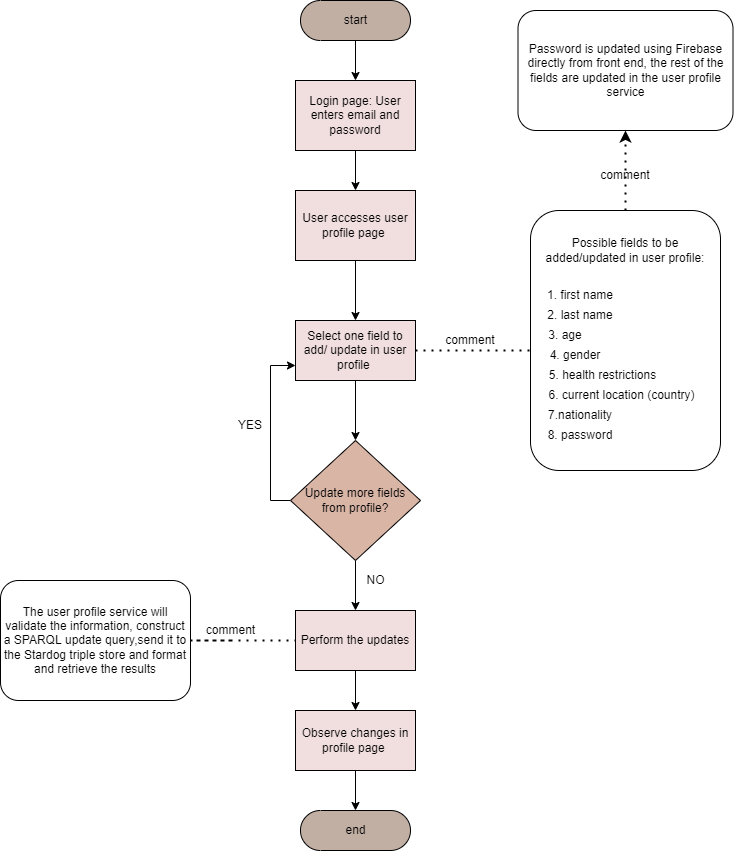
Before: final-deliverables/diagrams/task/task_user_profile.png, a diagram exported from draw.io (Elaech/Wade-BeM). Source tidied: cells renumbered, new cells last; positions are measured from the earlier drawing's top-left corner, leaving out a move shared by most shapes.
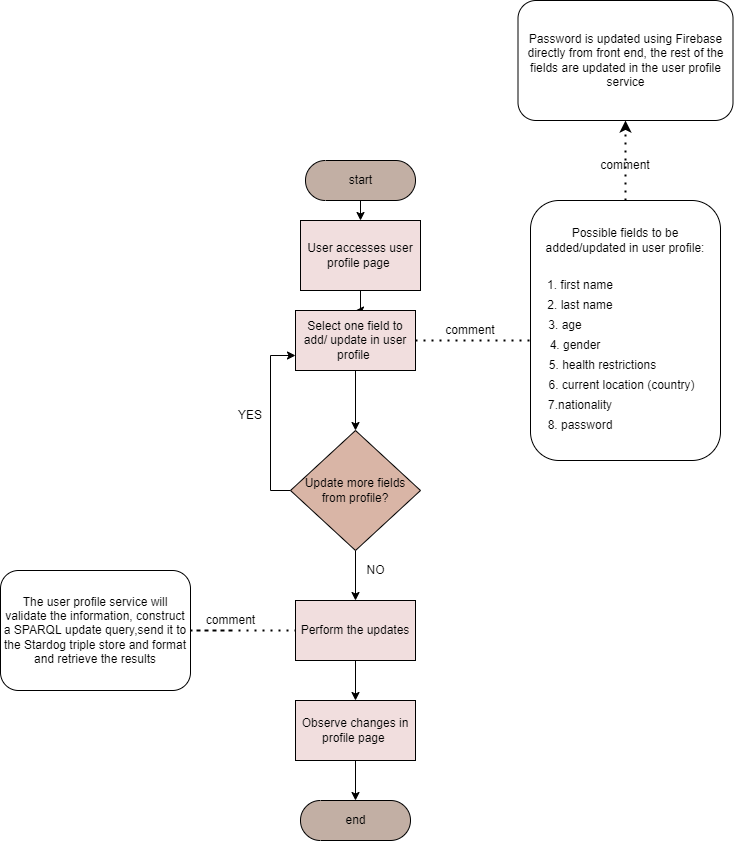
Above is the later version.

What changed in the source:
```diff
@@ -2,23 +2,17 @@
   <root>
     <mxCell id="0" />
     <mxCell id="1" parent="0" />
-    <mxCell id="2" style="edgeStyle=orthogonalEdgeStyle;rounded=0;jettySize=auto;html=1;entryX=0.5;entryY=0;entryDx=0;entryDy=0;" parent="1" edge="1" source="3" target="5">
-      <mxGeometry relative="1" as="geometry" />
-    </mxCell>
     <mxCell id="3" value="start" style="html=1;dashed=0;whitespace=wrap;shape=mxgraph.dfd.start;fillColor=#C2AFA4;" parent="1" vertex="1">
-      <mxGeometry x="300" width="110" height="40" as="geometry" />
+      <mxGeometry x="305" y="170" width="110" height="40" as="geometry" />
     </mxCell>
-    <mxCell id="4" style="edgeStyle=orthogonalEdgeStyle;rounded=0;jettySize=auto;html=1;entryX=0.5;entryY=0;entryDx=0;entryDy=0;" parent="1" edge="1" source="5" target="7">
+    <mxCell id="4" style="edgeStyle=orthogonalEdgeStyle;rounded=0;jettySize=auto;html=1;entryX=0.5;entryY=0;entryDx=0;entryDy=0;exitX=0.5;exitY=0.5;exitDx=0;exitDy=20;exitPerimeter=0;" parent="1" edge="1" source="3" target="7">
       <mxGeometry relative="1" as="geometry" />
     </mxCell>
-    <mxCell id="5" value="Login page: User enters email and password" style="rounded=0;whiteSpace=wrap;html=1;fillColor=#F1DEDE;" parent="1" vertex="1">
-      <mxGeometry x="295" y="80" width="120" height="70" as="geometry" />
-    </mxCell>
     <mxCell id="6" style="edgeStyle=orthogonalEdgeStyle;rounded=0;jettySize=auto;html=1;entryX=0.5;entryY=0;entryDx=0;entryDy=0;" parent="1" edge="1" source="7" target="9">
       <mxGeometry relative="1" as="geometry" />
     </mxCell>
     <mxCell id="7" value="User accesses user profile page&amp;nbsp;" style="rounded=0;whiteSpace=wrap;html=1;fillColor=#F1DEDE;" parent="1" vertex="1">
-      <mxGeometry x="295" y="190" width="120" height="70" as="geometry" />
+      <mxGeometry x="300" y="230" width="120" height="70" as="geometry" />
     </mxCell>
     <mxCell id="8" style="edgeStyle=orthogonalEdgeStyle;rounded=0;jettySize=auto;html=1;entryX=0.5;entryY=0;entryDx=0;entryDy=0;endArrow=classic;endFill=1;" parent="1" edge="1" source="9" target="29">
       <mxGeometry relative="1" as="geometry" />
```
